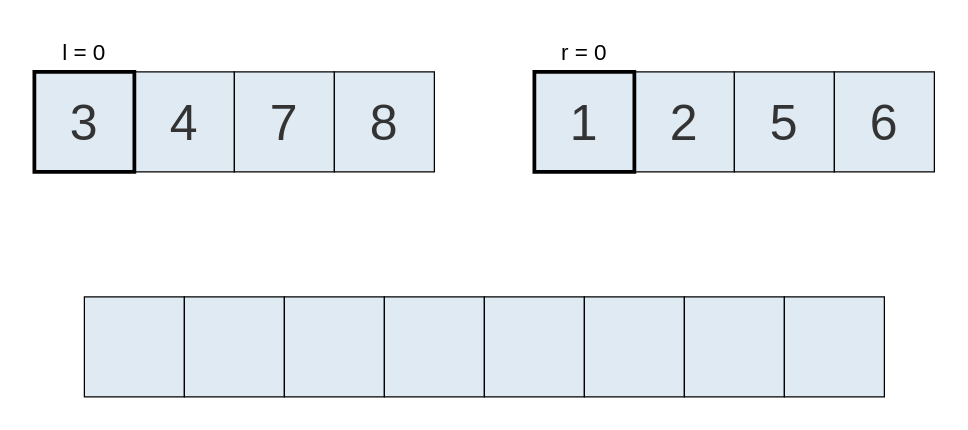
Earlier version of the draw.io diagram page "1" (2 of 14) of teoria/04_estructuras_y_algoritmos/imgs/03/merge_sort_fusion.drawio (ee-unr/programacion-2). Source tidied: cells renumbered, new cells numbered last; positions are measured from the earlier drawing's top-left corner, leaving out a move shared by most shapes. Both pictures are drawn from the tidied source at 125%, with x=0, y=0 at pixel (21, 34).
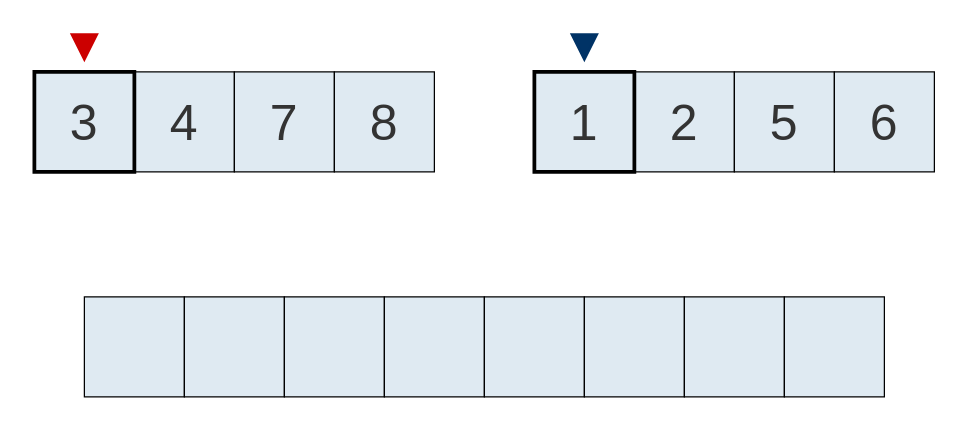
The same page after the edit.

Change to the diagram source:
```diff
@@
+    <mxCell id="20" style="rounded=0;whiteSpace=wrap;html=1;fillColor=none;strokeColor=none;" parent="1" vertex="1">
+      <mxGeometry y="-10" width="740" height="310" as="geometry" />
+    </mxCell>
@@
-    <mxCell id="18" value="&lt;font style=&quot;font-size: 18px;&quot; face=&quot;Cascadia Code&quot;&gt;l = 0&lt;/font&gt;" style="text;html=1;align=center;verticalAlign=middle;whiteSpace=wrap;rounded=0;" parent="1" vertex="1">
-      <mxGeometry x="20" width="60" height="30" as="geometry" />
-    </mxCell>
-    <mxCell id="19" value="&lt;font style=&quot;font-size: 18px;&quot; face=&quot;Cascadia Code&quot;&gt;r = 0&lt;/font&gt;" style="text;html=1;align=center;verticalAlign=middle;whiteSpace=wrap;rounded=0;" parent="1" vertex="1">
-      <mxGeometry x="420" width="60" height="30" as="geometry" />
-    </mxCell>
-    <mxCell id="20" style="rounded=0;whiteSpace=wrap;html=1;fillColor=none;strokeColor=none;" parent="1" vertex="1">
-      <mxGeometry width="740" height="300" as="geometry" />
-    </mxCell>
+    <mxCell id="21" style="triangle;whiteSpace=wrap;html=1;rotation=90;fillColor=#CC0000;strokeColor=#CC0000;strokeWidth=2;" parent="1" vertex="1">
+      <mxGeometry x="40" width="20" height="20" as="geometry" />
+    </mxCell>
+    <mxCell id="22" style="triangle;whiteSpace=wrap;html=1;rotation=90;fillColor=#003366;strokeColor=#003366;strokeWidth=2;" parent="1" vertex="1">
+      <mxGeometry x="440" width="20" height="20" as="geometry" />
+    </mxCell>
```
